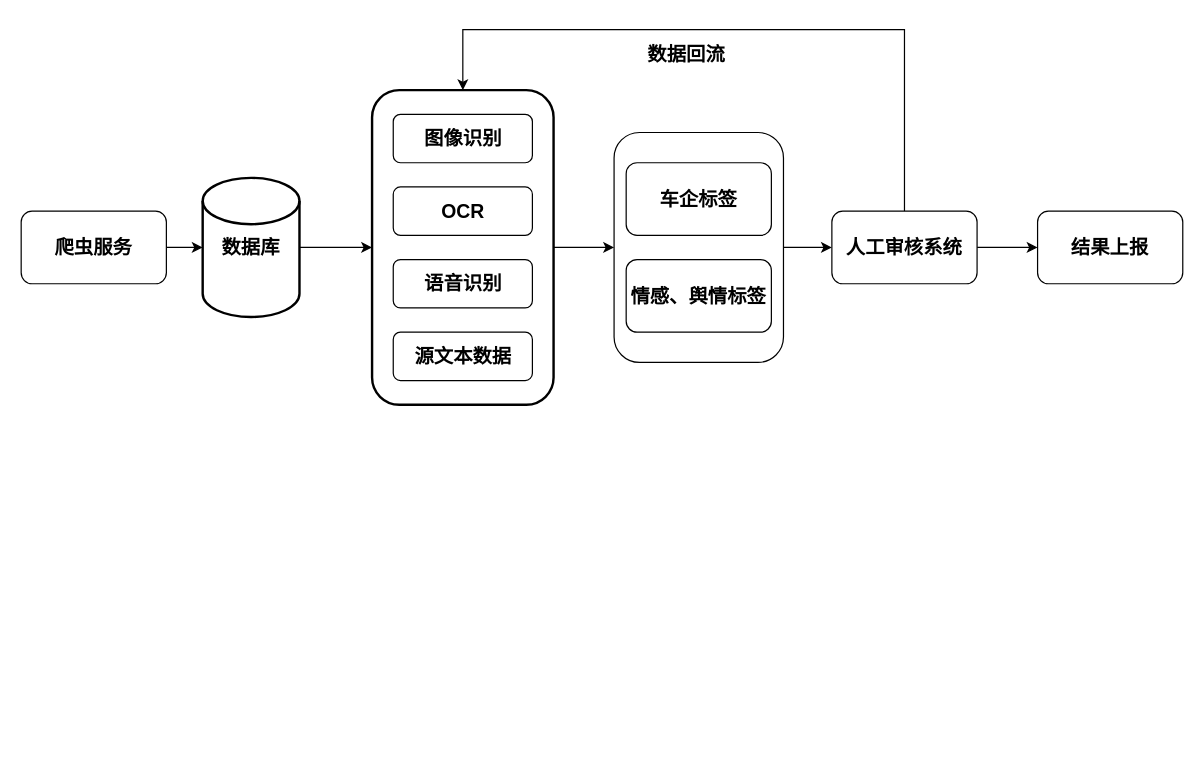
Earlier version of the draw.io diagram Untitled Diagram.drawio (yunfeiooo/draw.io). Source tidied: cells renumbered, new cells numbered last; positions are measured from the earlier drawing's top-left corner, leaving out a move shared by most shapes. Both pictures are drawn from the tidied source at 121%, with x=0, y=0 at pixel (21, 29).
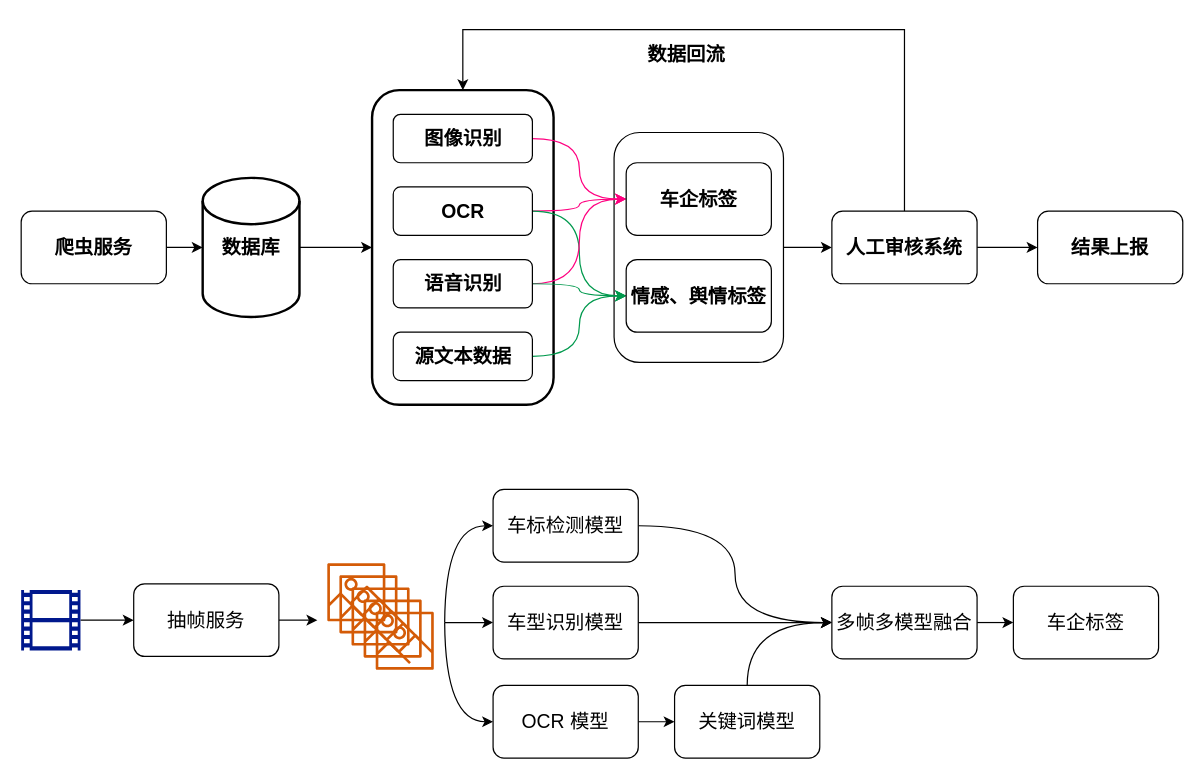
The same page after the edit.

The change refers to these unchanged cells:
```xml
<mxCell id="7" value="&lt;div style=&quot;text-align: justify&quot;&gt;&lt;br&gt;&lt;/div&gt;" style="rounded=1;whiteSpace=wrap;html=1;fontSize=16;strokeWidth=2;align=left;fontStyle=1;" parent="1" vertex="1">
  <mxGeometry x="290" y="50" width="150" height="260" as="geometry" />
</mxCell>
<mxCell id="8" value="图像识别" style="rounded=1;whiteSpace=wrap;html=1;fontSize=16;fontStyle=1;" parent="1" vertex="1">
  <mxGeometry x="307.5" y="70" width="115" height="40" as="geometry" />
</mxCell>
<mxCell id="9" value="OCR" style="rounded=1;whiteSpace=wrap;html=1;fontSize=16;fontStyle=1;" parent="1" vertex="1">
  <mxGeometry x="307.5" y="130" width="115" height="40" as="geometry" />
</mxCell>
<mxCell id="10" value="语音识别" style="rounded=1;whiteSpace=wrap;html=1;fontSize=16;fontStyle=1;" parent="1" vertex="1">
  <mxGeometry x="307.5" y="190" width="115" height="40" as="geometry" />
</mxCell>
<mxCell id="11" value="源文本数据" style="rounded=1;whiteSpace=wrap;html=1;fontSize=16;fontStyle=1;" parent="1" vertex="1">
  <mxGeometry x="307.5" y="250" width="115" height="40" as="geometry" />
</mxCell>
<mxCell id="14" value="车企标签" style="rounded=1;whiteSpace=wrap;html=1;fontSize=16;fontStyle=1;" parent="1" vertex="1">
  <mxGeometry x="500" y="110" width="120" height="60" as="geometry" />
</mxCell>
<mxCell id="15" value="情感、舆情标签" style="rounded=1;whiteSpace=wrap;html=1;fontSize=16;fontStyle=1;" parent="1" vertex="1">
  <mxGeometry x="500" y="190" width="120" height="60" as="geometry" />
</mxCell>
```

What changed in the source:
```diff
@@
+    <mxCell id="13" style="rounded=1;whiteSpace=wrap;html=1;fontSize=16;fontStyle=1;" parent="1" vertex="1">
+      <mxGeometry x="490" y="85" width="140" height="190" as="geometry" />
+    </mxCell>
@@
-    <mxCell id="6" style="edgeStyle=orthogonalEdgeStyle;rounded=0;jettySize=auto;html=1;exitX=1;exitY=0.5;exitDx=0;exitDy=0;entryX=0;entryY=0.5;entryDx=0;entryDy=0;fontSize=16;fontStyle=1;" parent="1" edge="1" source="7" target="13">
-      <mxGeometry relative="1" as="geometry" />
-    </mxCell>
@@
+    <mxCell id="21" style="edgeStyle=orthogonalEdgeStyle;jettySize=auto;html=1;exitX=1;exitY=0.5;exitDx=0;exitDy=0;fontSize=16;fontStyle=1;fillColor=#f8cecc;strokeColor=#FF0080;curved=1;" parent="1" edge="1" source="8" target="14">
+      <mxGeometry relative="1" as="geometry" />
+    </mxCell>
@@
+    <mxCell id="22" style="edgeStyle=orthogonalEdgeStyle;jettySize=auto;html=1;exitX=1;exitY=0.5;exitDx=0;exitDy=0;entryX=0;entryY=0.5;entryDx=0;entryDy=0;fontSize=16;fontStyle=1;fillColor=#f8cecc;strokeColor=#FF0080;curved=1;" parent="1" edge="1" source="9" target="14">
+      <mxGeometry relative="1" as="geometry" />
+    </mxCell>
+    <mxCell id="23" style="edgeStyle=orthogonalEdgeStyle;jettySize=auto;html=1;exitX=1;exitY=0.5;exitDx=0;exitDy=0;entryX=0;entryY=0.5;entryDx=0;entryDy=0;fontSize=16;strokeColor=#00994D;curved=1;" parent="1" edge="1" source="9" target="15">
+      <mxGeometry relative="1" as="geometry" />
+    </mxCell>
@@
+    <mxCell id="24" style="edgeStyle=orthogonalEdgeStyle;jettySize=auto;html=1;exitX=1;exitY=0.5;exitDx=0;exitDy=0;entryX=0;entryY=0.5;entryDx=0;entryDy=0;fontSize=16;fontStyle=1;fillColor=#f8cecc;strokeColor=#FF0080;curved=1;" parent="1" edge="1" source="10" target="14">
+      <mxGeometry relative="1" as="geometry" />
+    </mxCell>
+    <mxCell id="25" style="edgeStyle=orthogonalEdgeStyle;jettySize=auto;html=1;exitX=1;exitY=0.5;exitDx=0;exitDy=0;entryX=0;entryY=0.5;entryDx=0;entryDy=0;fontSize=16;strokeColor=#00994D;curved=1;" parent="1" edge="1" source="10" target="15">
+      <mxGeometry relative="1" as="geometry" />
+    </mxCell>
@@
+    <mxCell id="26" style="edgeStyle=orthogonalEdgeStyle;jettySize=auto;html=1;exitX=1;exitY=0.5;exitDx=0;exitDy=0;entryX=0;entryY=0.5;entryDx=0;entryDy=0;fontSize=16;strokeColor=#00994D;curved=1;" parent="1" edge="1" source="11" target="15">
+      <mxGeometry relative="1" as="geometry" />
+    </mxCell>
@@
-    <mxCell id="13" style="rounded=1;whiteSpace=wrap;html=1;fontSize=16;fontStyle=1;" parent="1" vertex="1">
-      <mxGeometry x="490" y="85" width="140" height="190" as="geometry" />
-    </mxCell>
@@
+    <mxCell id="27" style="edgeStyle=orthogonalEdgeStyle;curved=1;jettySize=auto;html=1;fontSize=16;strokeColor=#000000;" parent="1" edge="1" source="28" target="36">
+      <mxGeometry relative="1" as="geometry" />
+    </mxCell>
+    <mxCell id="28" style="sketch=0;shadow=0;dashed=0;html=1;strokeColor=none;labelPosition=center;verticalLabelPosition=bottom;verticalAlign=top;align=center;fillColor=#00188D;shape=mxgraph.mscae.general.video;fontSize=16;" parent="1" vertex="1">
+      <mxGeometry y="463" width="49" height="50" as="geometry" />
+    </mxCell>
+    <mxCell id="29" style="group;" parent="1" vertex="1">
+      <mxGeometry x="253" y="441" width="88" height="88" as="geometry" />
+    </mxCell>
+    <mxCell id="30" style="sketch=0;fontColor=#232F3E;gradientColor=none;fillColor=#D45B07;strokeColor=none;dashed=0;verticalLabelPosition=bottom;verticalAlign=top;align=center;html=1;fontSize=12;fontStyle=0;shape=mxgraph.aws4.container_registry_image;" parent="29" vertex="1">
+      <mxGeometry width="48" height="48" as="geometry" />
+    </mxCell>
+    <mxCell id="31" style="sketch=0;fontColor=#232F3E;gradientColor=none;fillColor=#D45B07;strokeColor=none;dashed=0;verticalLabelPosition=bottom;verticalAlign=top;align=center;html=1;fontSize=12;fontStyle=0;shape=mxgraph.aws4.container_registry_image;" parent="29" vertex="1">
+      <mxGeometry x="10" y="10" width="48" height="48" as="geometry" />
+    </mxCell>
+    <mxCell id="32" style="sketch=0;fontColor=#232F3E;gradientColor=none;fillColor=#D45B07;strokeColor=none;dashed=0;verticalLabelPosition=bottom;verticalAlign=top;align=center;html=1;fontSize=12;fontStyle=0;shape=mxgraph.aws4.container_registry_image;" parent="29" vertex="1">
+      <mxGeometry x="20" y="20" width="48" height="48" as="geometry" />
+    </mxCell>
+    <mxCell id="33" style="sketch=0;fontColor=#232F3E;gradientColor=none;fillColor=#D45B07;strokeColor=none;dashed=0;verticalLabelPosition=bottom;verticalAlign=top;align=center;html=1;fontSize=12;fontStyle=0;shape=mxgraph.aws4.container_registry_image;" parent="29" vertex="1">
+      <mxGeometry x="30" y="30" width="48" height="48" as="geometry" />
+    </mxCell>
+    <mxCell id="34" style="sketch=0;fontColor=#232F3E;gradientColor=none;fillColor=#D45B07;strokeColor=none;dashed=0;verticalLabelPosition=bottom;verticalAlign=top;align=center;html=1;fontSize=12;fontStyle=0;shape=mxgraph.aws4.container_registry_image;" parent="29" vertex="1">
+      <mxGeometry x="40" y="40" width="48" height="48" as="geometry" />
+    </mxCell>
+    <mxCell id="35" style="edgeStyle=orthogonalEdgeStyle;curved=1;jettySize=auto;html=1;exitX=1;exitY=0.5;exitDx=0;exitDy=0;fontSize=16;strokeColor=#000000;" parent="1" edge="1" source="36">
+      <mxGeometry relative="1" as="geometry">
+        <mxPoint x="244.8" y="488" as="targetPoint" />
+      </mxGeometry>
+    </mxCell>
+    <mxCell id="36" value="抽帧服务" style="rounded=1;whiteSpace=wrap;html=1;fontSize=16;" parent="1" vertex="1">
+      <mxGeometry x="93" y="458" width="120" height="60" as="geometry" />
+    </mxCell>
+    <mxCell id="37" style="edgeStyle=orthogonalEdgeStyle;curved=1;jettySize=auto;html=1;exitX=1;exitY=0.5;exitDx=0;exitDy=0;entryX=0;entryY=0.5;entryDx=0;entryDy=0;fontSize=16;strokeColor=#000000;" parent="1" edge="1" source="39" target="49">
+      <mxGeometry relative="1" as="geometry" />
+    </mxCell>
+    <mxCell id="38" style="edgeStyle=orthogonalEdgeStyle;curved=1;jettySize=auto;html=1;exitX=0;exitY=0.5;exitDx=0;exitDy=0;fontSize=16;strokeColor=#000000;endArrow=none;endFill=0;startArrow=classic;startFill=1;" parent="1" edge="1" source="39">
+      <mxGeometry relative="1" as="geometry">
+        <mxPoint x="350" y="490" as="targetPoint" />
+      </mxGeometry>
+    </mxCell>
+    <mxCell id="39" value="车标检测模型" style="rounded=1;whiteSpace=wrap;html=1;fontSize=16;" parent="1" vertex="1">
+      <mxGeometry x="390" y="380" width="120" height="60" as="geometry" />
+    </mxCell>
+    <mxCell id="40" style="edgeStyle=orthogonalEdgeStyle;curved=1;jettySize=auto;html=1;exitX=1;exitY=0.5;exitDx=0;exitDy=0;fontSize=16;strokeColor=#000000;" parent="1" edge="1" source="42" target="49">
+      <mxGeometry relative="1" as="geometry" />
+    </mxCell>
+    <mxCell id="41" style="edgeStyle=orthogonalEdgeStyle;curved=1;jettySize=auto;html=1;exitX=0;exitY=0.5;exitDx=0;exitDy=0;fontSize=16;strokeColor=#000000;startArrow=classic;startFill=1;endArrow=none;endFill=0;" parent="1" edge="1" source="42">
+      <mxGeometry relative="1" as="geometry">
+        <mxPoint x="350" y="490.1" as="targetPoint" />
+      </mxGeometry>
+    </mxCell>
+    <mxCell id="42" value="车型识别模型" style="rounded=1;whiteSpace=wrap;html=1;fontSize=16;" parent="1" vertex="1">
+      <mxGeometry x="390" y="460" width="120" height="60" as="geometry" />
+    </mxCell>
+    <mxCell id="43" style="edgeStyle=orthogonalEdgeStyle;curved=1;jettySize=auto;html=1;entryX=0;entryY=0.5;entryDx=0;entryDy=0;fontSize=16;strokeColor=#000000;" parent="1" edge="1" source="45" target="47">
+      <mxGeometry relative="1" as="geometry" />
+    </mxCell>
+    <mxCell id="44" style="edgeStyle=orthogonalEdgeStyle;curved=1;jettySize=auto;html=1;exitX=0;exitY=0.5;exitDx=0;exitDy=0;fontSize=16;strokeColor=#000000;endArrow=none;endFill=0;startArrow=classic;startFill=1;" parent="1" edge="1" source="45">
+      <mxGeometry relative="1" as="geometry">
+        <mxPoint x="350" y="490" as="targetPoint" />
+      </mxGeometry>
+    </mxCell>
+    <mxCell id="45" value="OCR 模型" style="rounded=1;whiteSpace=wrap;html=1;fontSize=16;" parent="1" vertex="1">
+      <mxGeometry x="390" y="542" width="120" height="60" as="geometry" />
+    </mxCell>
+    <mxCell id="46" style="edgeStyle=orthogonalEdgeStyle;curved=1;jettySize=auto;html=1;exitX=0.5;exitY=0;exitDx=0;exitDy=0;entryX=0;entryY=0.5;entryDx=0;entryDy=0;fontSize=16;strokeColor=#000000;" parent="1" edge="1" source="47" target="49">
+      <mxGeometry relative="1" as="geometry" />
+    </mxCell>
+    <mxCell id="47" value="关键词模型" style="rounded=1;whiteSpace=wrap;html=1;fontSize=16;" parent="1" vertex="1">
+      <mxGeometry x="540" y="542" width="120" height="60" as="geometry" />
+    </mxCell>
+    <mxCell id="48" style="edgeStyle=orthogonalEdgeStyle;curved=1;jettySize=auto;html=1;exitX=1;exitY=0.5;exitDx=0;exitDy=0;entryX=0;entryY=0.5;entryDx=0;entryDy=0;fontSize=16;strokeColor=#000000;" parent="1" edge="1" source="49" target="50">
+      <mxGeometry relative="1" as="geometry" />
+    </mxCell>
+    <mxCell id="49" value="多帧多模型融合" style="rounded=1;whiteSpace=wrap;html=1;fontSize=16;" parent="1" vertex="1">
+      <mxGeometry x="670" y="460" width="120" height="60" as="geometry" />
+    </mxCell>
+    <mxCell id="50" value="车企标签" style="rounded=1;whiteSpace=wrap;html=1;fontSize=16;" parent="1" vertex="1">
+      <mxGeometry x="820" y="460" width="120" height="60" as="geometry" />
+    </mxCell>
```
